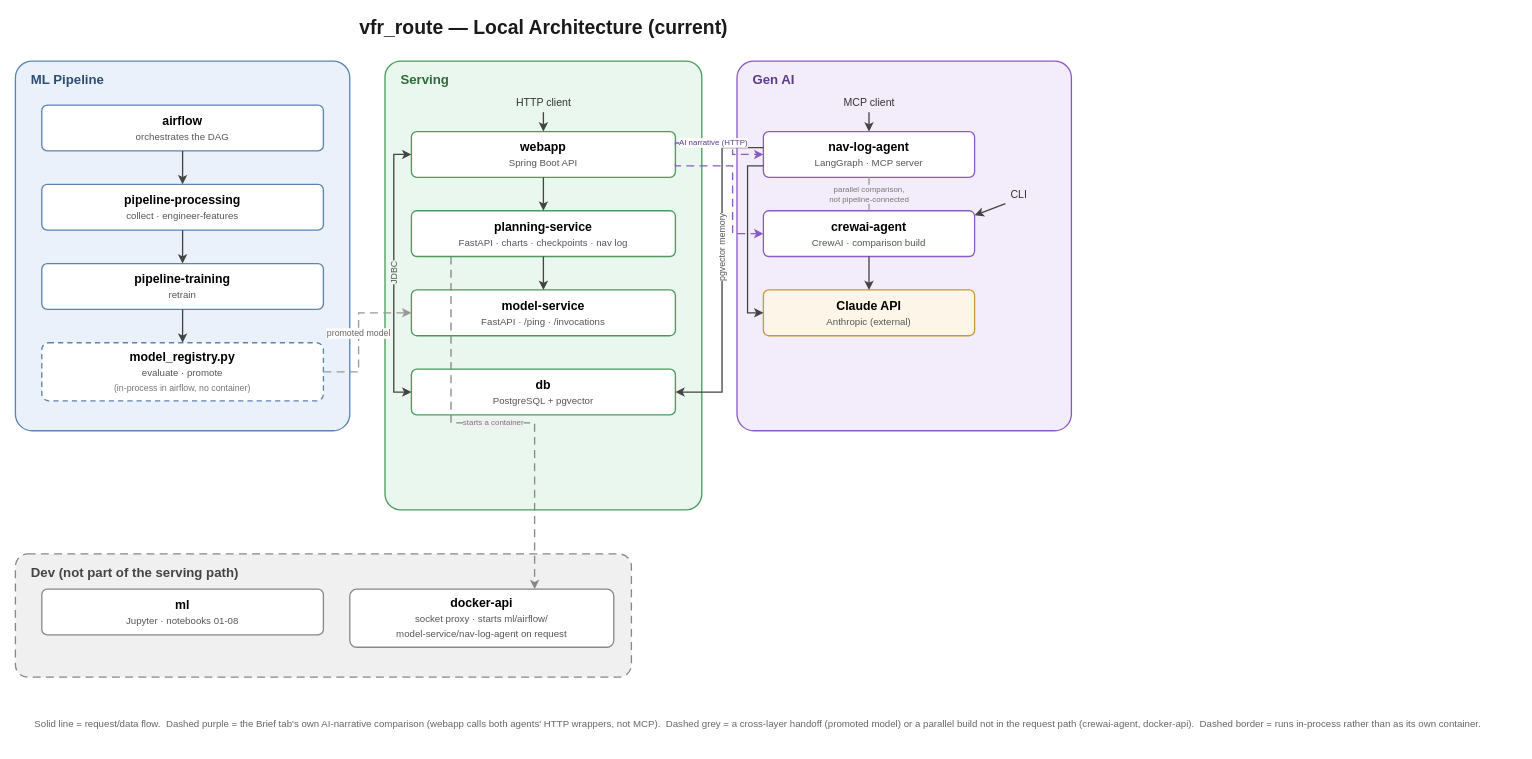
The draw.io diagram docs/architecture-current.drawio in asdaq-samir/flight_plan, before the edit. Source tidied: cells renumbered, new cells numbered last; positions are measured from the earlier drawing's top-left corner, leaving out a move shared by most shapes. Both pictures are drawn from the tidied source at 88%, with x=0, y=0 at pixel (15, 15).
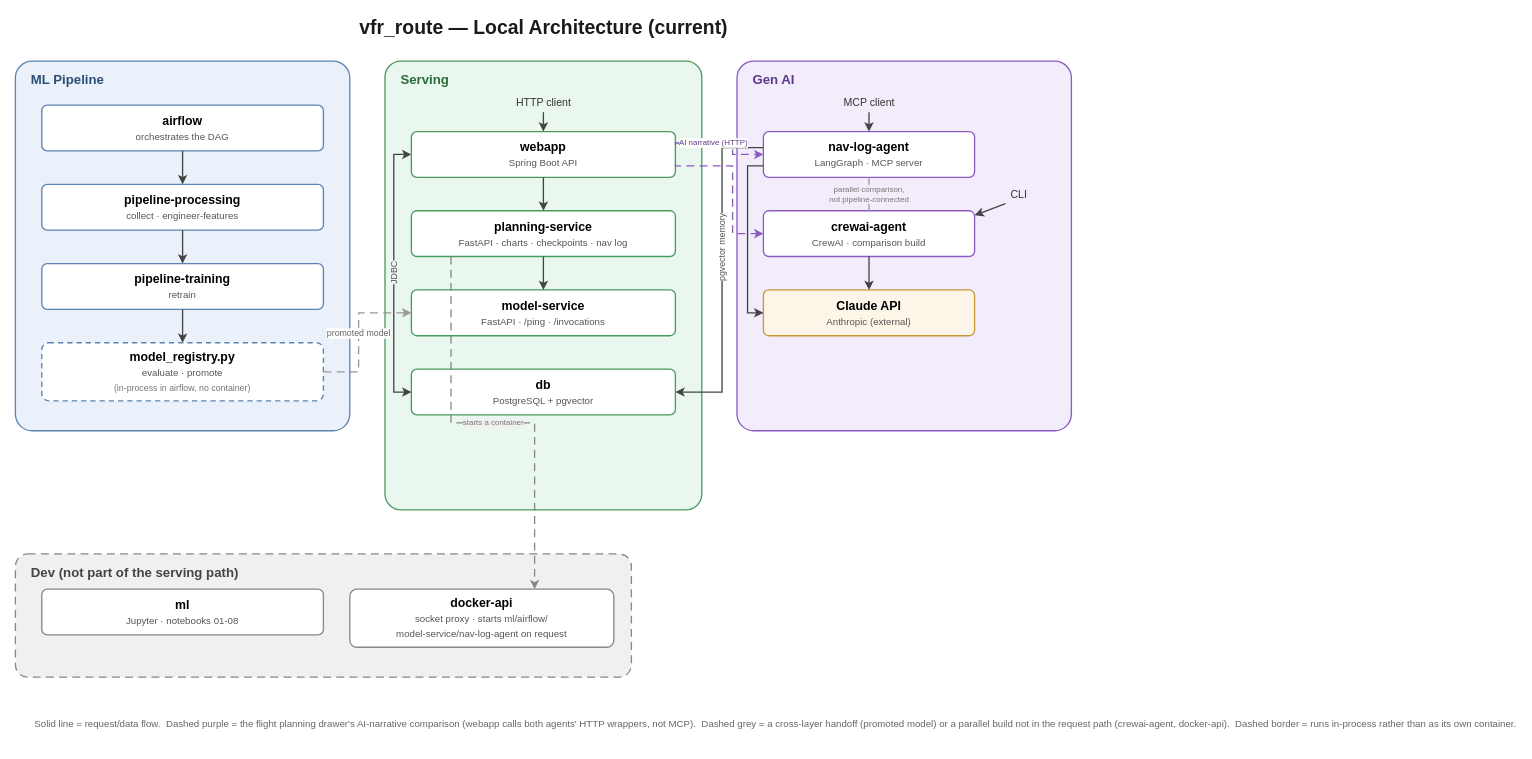
Above is the later version.

The edit, as a diff of the source:
```diff
@@
-    <mxCell id="40" value="Solid line = request/data flow.&amp;nbsp; Dashed purple = the Brief tab's own AI-narrative comparison (webapp calls both agents' HTTP wrappers, not MCP).&amp;nbsp; Dashed grey = a cross-layer handoff (promoted model) or a parallel build not in the request path (crewai-agent, docker-api).&amp;nbsp; Dashed border = runs in-process rather than as its own container." style="text;html=1;align=left;verticalAlign=middle;fontSize=11;fontColor=#666666;" parent="1" vertex="1">
+    <mxCell id="40" value="Solid line = request/data flow.&amp;nbsp; Dashed purple = the flight planning drawer's AI-narrative comparison (webapp calls both agents' HTTP wrappers, not MCP).&amp;nbsp; Dashed grey = a cross-layer handoff (promoted model) or a parallel build not in the request path (crewai-agent, docker-api).&amp;nbsp; Dashed border = runs in-process rather than as its own container." style="text;html=1;align=left;verticalAlign=middle;fontSize=11;fontColor=#666666;" parent="1" vertex="1">
       <mxGeometry x="20" y="782" width="1160" height="46" as="geometry" />
     </mxCell>
```
